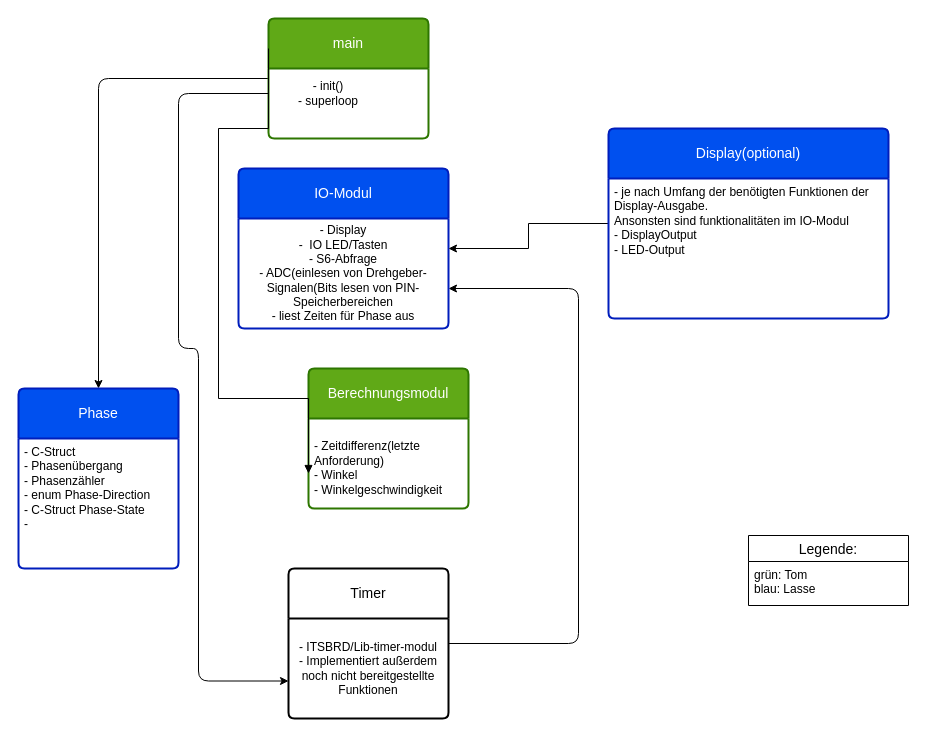
This is Programs/Drehgeber/Modulkonzept.drawio from eljollo/ITS-BRD-VSC, a draw.io file, before an edit. Source tidied: cells renumbered, new cells numbered last; positions are measured from the earlier drawing's top-left corner, leaving out a move shared by most shapes. Both pictures are drawn from the tidied source at 100%, with x=0, y=0 at pixel (18, 18).
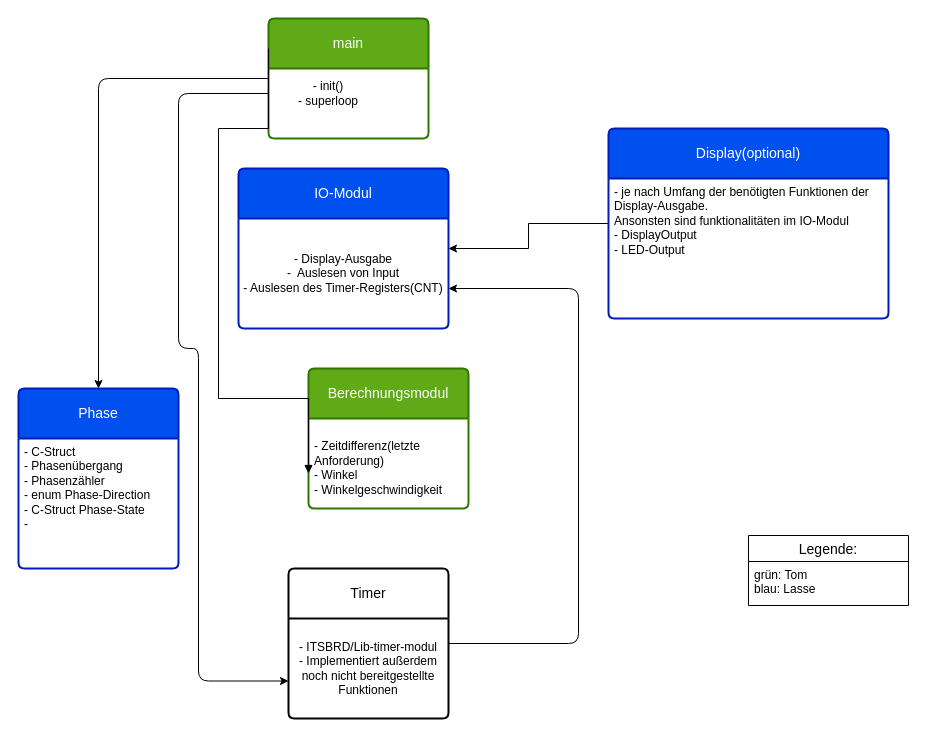
After the change.

Unchanged cells that the change refers to:
```xml
<mxCell id="11" value="IO-Modul" style="swimlane;horizontal=1;startSize=50;rounded=1;fontSize=14;fontStyle=0;strokeWidth=2;shadow=0;dashed=0;align=center;arcSize=4;whiteSpace=wrap;html=1;fillColor=#0050ef;fontColor=#ffffff;strokeColor=#001DBC;" parent="1" vertex="1">
  <mxGeometry x="220" y="150" width="210" height="160" as="geometry" />
</mxCell>
```

Change to the diagram source:
```diff
@@
-    <mxCell id="12" value="- Display&lt;div&gt;-&amp;nbsp; IO LED/Tasten&lt;/div&gt;&lt;div&gt;- S6-Abfrage&lt;br&gt;- ADC(einlesen von Drehgeber-Signalen(Bits lesen von PIN-Speicherbereichen&lt;/div&gt;&lt;div&gt;- liest Zeiten für Phase aus&lt;/div&gt;" style="text;html=1;whiteSpace=wrap;strokeColor=none;fillColor=none;align=center;verticalAlign=middle;rounded=0;" parent="11" vertex="1">
+    <mxCell id="12" value="- Display-Ausgabe&lt;div&gt;-&amp;nbsp; Auslesen von Input&lt;br&gt;&lt;/div&gt;&lt;div&gt;- Auslesen des Timer-Registers(CNT)&lt;/div&gt;" style="text;html=1;whiteSpace=wrap;strokeColor=none;fillColor=none;align=center;verticalAlign=middle;rounded=0;" parent="11" vertex="1">
       <mxGeometry y="50" width="210" height="110" as="geometry" />
     </mxCell>
```
